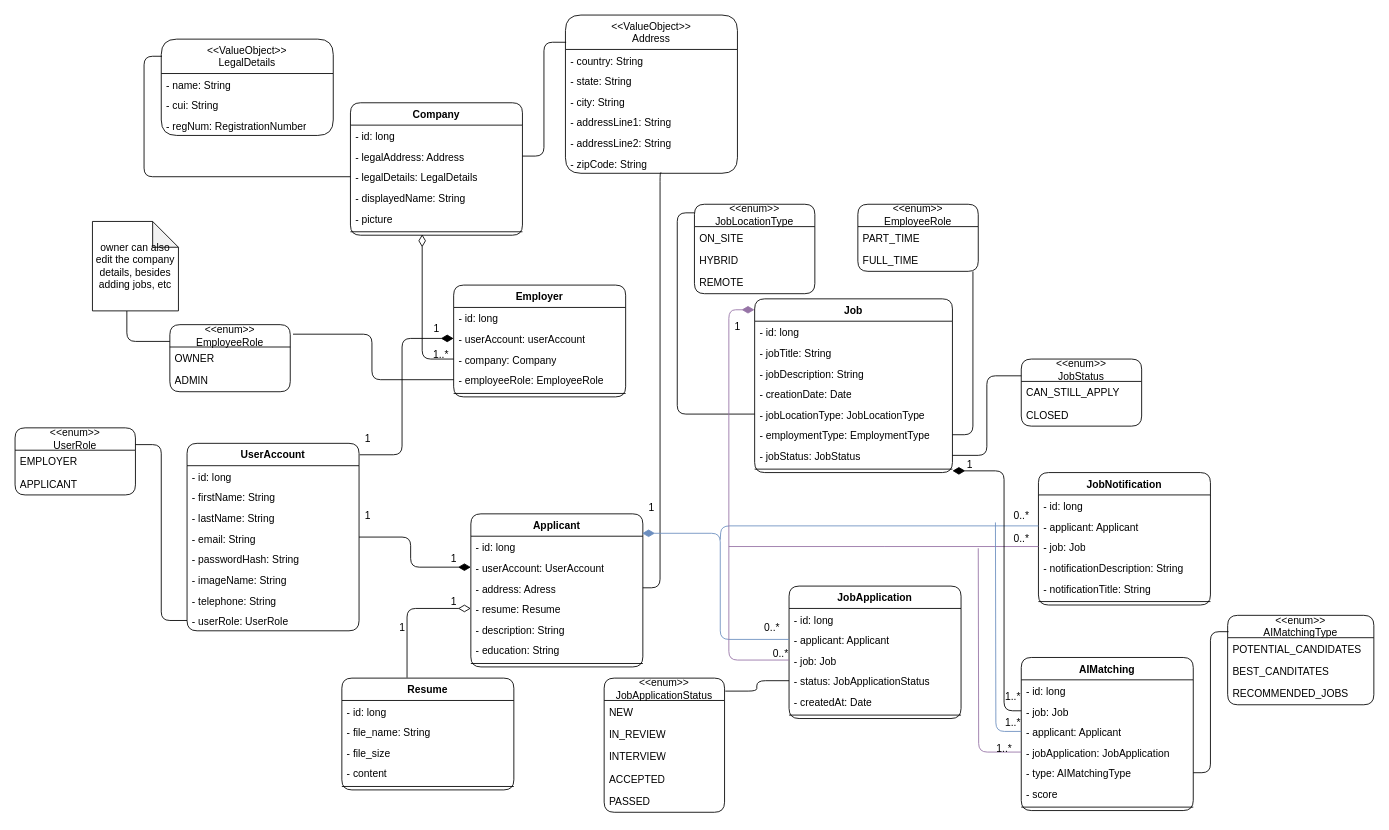
anisia1204/AIcruter keeps this draw.io diagram as page "class diagram" (2 of 2) of ProjectDiagrams.drawio. Above is the earlier version. Source tidied: cells renumbered, new cells numbered last; positions are measured from the earlier drawing's top-left corner, leaving out a move shared by most shapes. Both pictures are drawn from the tidied source at 86%, with x=0, y=0 at pixel (15, 15).
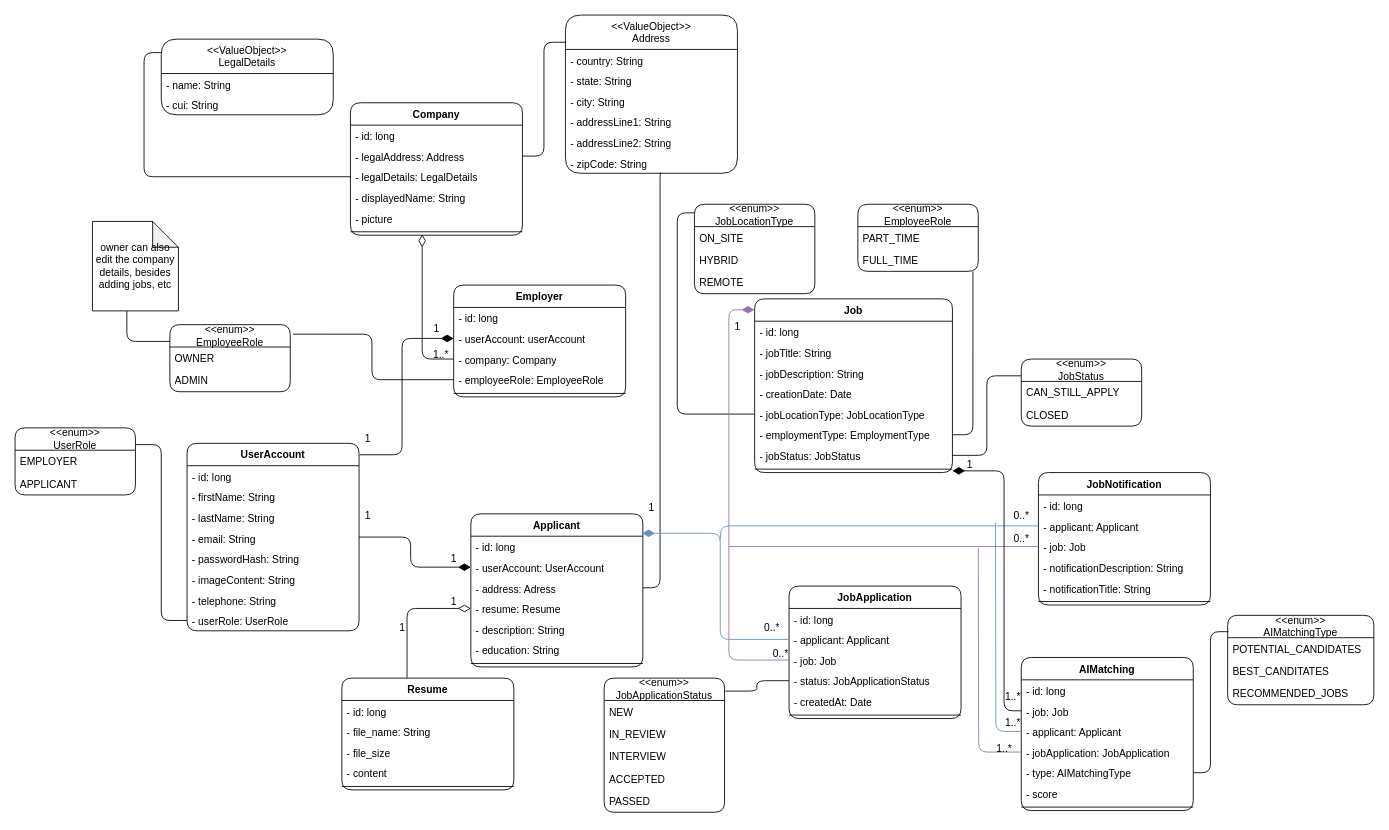
Above is the later version.

The change refers to these unchanged cells:
```xml
<mxCell id="55" value="UserAccount" style="swimlane;fontStyle=1;align=center;verticalAlign=top;horizontal=1;startSize=26;whiteSpace=wrap;html=1;swimlaneLine=1;rounded=1;" parent="1" vertex="1">
  <mxGeometry x="200" y="498" width="200" height="218" as="geometry" />
</mxCell>
```

Diff of the diagram source:
```diff
@@
-    <mxCell id="61" value="- imageName: String" style="text;strokeColor=none;fillColor=none;align=left;verticalAlign=top;spacingLeft=4;spacingRight=4;overflow=hidden;whiteSpace=wrap;html=1;" parent="55" vertex="1">
+    <mxCell id="61" value="- imageContent: String" style="text;strokeColor=none;fillColor=none;align=left;verticalAlign=top;spacingLeft=4;spacingRight=4;overflow=hidden;whiteSpace=wrap;html=1;" parent="55" vertex="1">
       <mxGeometry y="146" width="200" height="24" as="geometry" />
     </mxCell>
@@
     <mxCell id="75" value="&lt;span style=&quot;font-weight: 400;&quot;&gt;&amp;lt;&amp;lt;ValueObject&amp;gt;&amp;gt;&lt;/span&gt;&lt;br style=&quot;font-weight: 400;&quot;&gt;&lt;span style=&quot;font-weight: 400;&quot;&gt;LegalDetails&lt;/span&gt;" style="swimlane;fontStyle=1;align=center;verticalAlign=top;horizontal=1;startSize=40;whiteSpace=wrap;html=1;swimlaneLine=1;rounded=1;" parent="1" vertex="1">
-      <mxGeometry x="170" y="28" width="200" height="112" as="geometry" />
+      <mxGeometry x="170" y="28" width="200" height="88" as="geometry" />
     </mxCell>
@@
-    <mxCell id="78" value="- regNum: RegistrationNumber" style="text;strokeColor=none;fillColor=none;align=left;verticalAlign=top;spacingLeft=4;spacingRight=4;overflow=hidden;whiteSpace=wrap;html=1;" parent="75" vertex="1">
-      <mxGeometry y="88" width="200" height="24" as="geometry" />
-    </mxCell>
```
